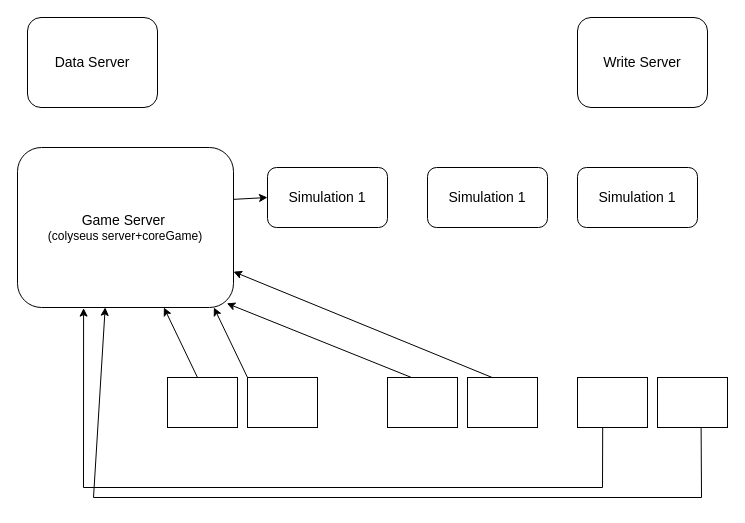
Before: ServerArcTechture.drawio in sivagit/diagrams, a draw.io diagram. Source tidied: cells renumbered, new cells numbered last; positions are measured from the earlier drawing's top-left corner, leaving out a move shared by most shapes. Both pictures are drawn from the tidied source at 100%, with x=0, y=0 at pixel (17, 17).
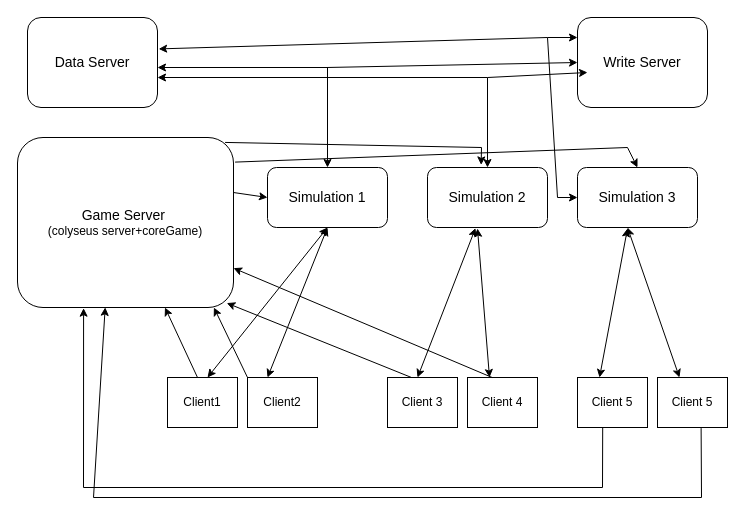
The same diagram, later.

Unchanged cells that the change refers to:
```xml
<mxCell id="2" value="&lt;font style=&quot;font-size: 14px&quot;&gt;Data Server&lt;/font&gt;" style="rounded=1;whiteSpace=wrap;html=1;" parent="1" vertex="1">
  <mxGeometry x="10" width="130" height="90" as="geometry" />
</mxCell>
<mxCell id="3" value="&lt;font style=&quot;font-size: 14px&quot;&gt;Write Server&lt;/font&gt;" style="rounded=1;whiteSpace=wrap;html=1;" parent="1" vertex="1">
  <mxGeometry x="560" width="130" height="90" as="geometry" />
</mxCell>
<mxCell id="11" value="Simulation 1" style="rounded=1;whiteSpace=wrap;html=1;fontSize=14;" parent="1" vertex="1">
  <mxGeometry x="250" y="150" width="120" height="60" as="geometry" />
</mxCell>
```

Diff of the diagram source:
```diff
@@
     <mxCell id="4" value="&lt;font style=&quot;font-size: 14px&quot;&gt;Game Server&lt;/font&gt;&amp;nbsp;&lt;br&gt;(colyseus server+coreGame)" style="rounded=1;whiteSpace=wrap;html=1;" parent="1" vertex="1">
-      <mxGeometry y="130" width="216" height="160" as="geometry" />
+      <mxGeometry y="120" width="216" height="170" as="geometry" />
     </mxCell>
-    <mxCell id="5" style="rounded=0;whiteSpace=wrap;html=1;" parent="1" vertex="1">
+    <mxCell id="5" value="Client1" style="rounded=0;whiteSpace=wrap;html=1;" parent="1" vertex="1">
       <mxGeometry x="150" y="360" width="70" height="50" as="geometry" />
     </mxCell>
-    <mxCell id="6" style="rounded=0;whiteSpace=wrap;html=1;" parent="1" vertex="1">
+    <mxCell id="6" value="Client2" style="rounded=0;whiteSpace=wrap;html=1;" parent="1" vertex="1">
       <mxGeometry x="230" y="360" width="70" height="50" as="geometry" />
     </mxCell>
-    <mxCell id="7" style="rounded=0;whiteSpace=wrap;html=1;" parent="1" vertex="1">
+    <mxCell id="7" value="Client 3" style="rounded=0;whiteSpace=wrap;html=1;" parent="1" vertex="1">
       <mxGeometry x="370" y="360" width="70" height="50" as="geometry" />
     </mxCell>
-    <mxCell id="8" style="rounded=0;whiteSpace=wrap;html=1;" parent="1" vertex="1">
+    <mxCell id="8" value="Client 4" style="rounded=0;whiteSpace=wrap;html=1;" parent="1" vertex="1">
       <mxGeometry x="450" y="360" width="70" height="50" as="geometry" />
     </mxCell>
-    <mxCell id="9" style="rounded=0;whiteSpace=wrap;html=1;" parent="1" vertex="1">
+    <mxCell id="9" value="Client 5" style="rounded=0;whiteSpace=wrap;html=1;" parent="1" vertex="1">
       <mxGeometry x="560" y="360" width="70" height="50" as="geometry" />
     </mxCell>
-    <mxCell id="10" style="rounded=0;whiteSpace=wrap;html=1;" parent="1" vertex="1">
+    <mxCell id="10" value="Client 5" style="rounded=0;whiteSpace=wrap;html=1;" parent="1" vertex="1">
       <mxGeometry x="640" y="360" width="70" height="50" as="geometry" />
     </mxCell>
@@
-    <mxCell id="12" value="Simulation 1" style="rounded=1;whiteSpace=wrap;html=1;fontSize=14;" parent="1" vertex="1">
+    <mxCell id="12" value="Simulation 2" style="rounded=1;whiteSpace=wrap;html=1;fontSize=14;" parent="1" vertex="1">
       <mxGeometry x="410" y="150" width="120" height="60" as="geometry" />
     </mxCell>
-    <mxCell id="13" value="Simulation 1" style="rounded=1;whiteSpace=wrap;html=1;fontSize=14;" parent="1" vertex="1">
+    <mxCell id="13" value="Simulation 3" style="rounded=1;whiteSpace=wrap;html=1;fontSize=14;" parent="1" vertex="1">
       <mxGeometry x="560" y="150" width="120" height="60" as="geometry" />
     </mxCell>
@@
+    <mxCell id="21" style="endArrow=classic;html=1;rounded=0;fontSize=14;entryX=0.447;entryY=-0.043;entryDx=0;entryDy=0;exitX=0.961;exitY=0.029;exitDx=0;exitDy=0;exitPerimeter=0;entryPerimeter=0;" parent="1" edge="1" source="4" target="12">
+      <mxGeometry relative="1" as="geometry">
+        <Array as="points">
+          <mxPoint x="464" y="130" />
+        </Array>
+      </mxGeometry>
+    </mxCell>
+    <mxCell id="22" style="endArrow=classic;html=1;rounded=0;fontSize=14;entryX=0.5;entryY=0;entryDx=0;entryDy=0;exitX=0.961;exitY=0.029;exitDx=0;exitDy=0;exitPerimeter=0;" parent="1" edge="1" target="13">
+      <mxGeometry relative="1" as="geometry">
+        <mxPoint x="217.6" y="144.6" as="sourcePoint" />
+        <Array as="points">
+          <mxPoint x="610" y="130" />
+        </Array>
+      </mxGeometry>
+    </mxCell>
+    <mxCell id="23" style="endArrow=classic;startArrow=classic;html=1;rounded=0;fontSize=14;entryX=0.5;entryY=0;entryDx=0;entryDy=0;" parent="1" edge="1" target="11">
+      <mxGeometry relative="1" as="geometry">
+        <mxPoint x="140" y="50" as="sourcePoint" />
+        <Array as="points">
+          <mxPoint x="310" y="50" />
+        </Array>
+      </mxGeometry>
+    </mxCell>
+    <mxCell id="24" style="endArrow=classic;startArrow=classic;html=1;rounded=0;fontSize=14;entryX=0.5;entryY=0;entryDx=0;entryDy=0;" parent="1" edge="1" target="12">
+      <mxGeometry relative="1" as="geometry">
+        <mxPoint x="140" y="60" as="sourcePoint" />
+        <Array as="points">
+          <mxPoint x="470" y="60" />
+        </Array>
+      </mxGeometry>
+    </mxCell>
+    <mxCell id="25" style="endArrow=classic;startArrow=classic;html=1;rounded=0;fontSize=14;exitX=1.009;exitY=0.349;exitDx=0;exitDy=0;exitPerimeter=0;entryX=0;entryY=0.5;entryDx=0;entryDy=0;" parent="1" edge="1" source="2" target="13">
+      <mxGeometry relative="1" as="geometry">
+        <Array as="points">
+          <mxPoint x="530" y="20" />
+          <mxPoint x="540" y="180" />
+        </Array>
+      </mxGeometry>
+    </mxCell>
+    <mxCell id="26" style="endArrow=classic;startArrow=classic;html=1;rounded=0;fontSize=14;" parent="1" edge="1">
+      <mxGeometry relative="1" as="geometry">
+        <mxPoint x="190" y="360" as="sourcePoint" />
+        <mxPoint x="310" y="210" as="targetPoint" />
+      </mxGeometry>
+    </mxCell>
+    <mxCell id="27" style="endArrow=classic;startArrow=classic;html=1;rounded=0;fontSize=14;entryX=0.5;entryY=1;entryDx=0;entryDy=0;" parent="1" edge="1" target="11">
+      <mxGeometry relative="1" as="geometry">
+        <mxPoint x="250" y="360" as="sourcePoint" />
+      </mxGeometry>
+    </mxCell>
+    <mxCell id="28" style="endArrow=classic;startArrow=classic;html=1;rounded=0;fontSize=14;entryX=0.4;entryY=1.01;entryDx=0;entryDy=0;entryPerimeter=0;" parent="1" edge="1" target="12">
+      <mxGeometry relative="1" as="geometry">
+        <mxPoint x="400" y="360" as="sourcePoint" />
+      </mxGeometry>
+    </mxCell>
+    <mxCell id="29" style="endArrow=classic;startArrow=classic;html=1;rounded=0;fontSize=14;" parent="1" edge="1">
+      <mxGeometry relative="1" as="geometry">
+        <mxPoint x="472" y="360" as="sourcePoint" />
+        <mxPoint x="460" y="211" as="targetPoint" />
+      </mxGeometry>
+    </mxCell>
+    <mxCell id="30" style="endArrow=classic;startArrow=classic;html=1;rounded=0;fontSize=14;" parent="1" edge="1">
+      <mxGeometry relative="1" as="geometry">
+        <mxPoint x="582" y="360" as="sourcePoint" />
+        <mxPoint x="610" y="211" as="targetPoint" />
+      </mxGeometry>
+    </mxCell>
+    <mxCell id="31" style="endArrow=classic;startArrow=classic;html=1;rounded=0;fontSize=14;" parent="1" edge="1">
+      <mxGeometry relative="1" as="geometry">
+        <mxPoint x="662" y="360" as="sourcePoint" />
+        <mxPoint x="610" y="210" as="targetPoint" />
+      </mxGeometry>
+    </mxCell>
+    <mxCell id="32" style="endArrow=classic;html=1;rounded=0;fontSize=14;entryX=0;entryY=0.5;entryDx=0;entryDy=0;" parent="1" edge="1" target="3">
+      <mxGeometry relative="1" as="geometry">
+        <mxPoint x="309" y="50" as="sourcePoint" />
+      </mxGeometry>
+    </mxCell>
+    <mxCell id="33" style="endArrow=classic;html=1;rounded=0;fontSize=14;entryX=0;entryY=0.5;entryDx=0;entryDy=0;" parent="1" edge="1">
+      <mxGeometry relative="1" as="geometry">
+        <mxPoint x="470" y="60" as="sourcePoint" />
+        <mxPoint x="570" y="55" as="targetPoint" />
+      </mxGeometry>
+    </mxCell>
+    <mxCell id="34" style="endArrow=classic;html=1;rounded=0;fontSize=14;" parent="1" edge="1">
+      <mxGeometry relative="1" as="geometry">
+        <mxPoint x="530" y="20" as="sourcePoint" />
+        <mxPoint x="560" y="20" as="targetPoint" />
+      </mxGeometry>
+    </mxCell>
```
